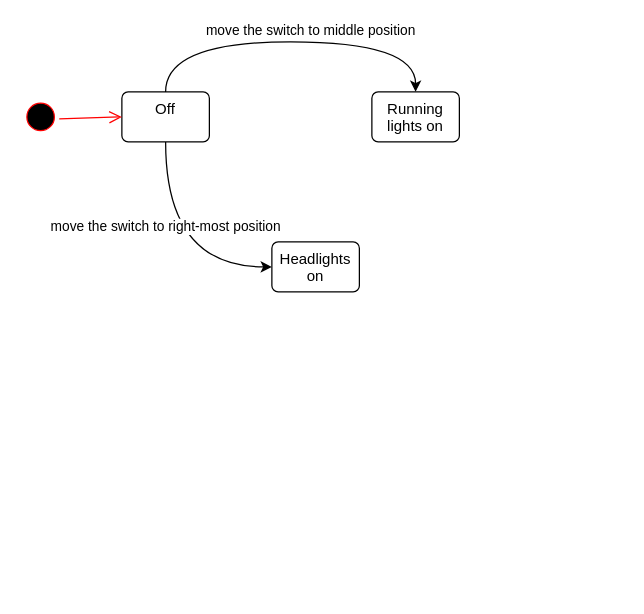
Before: page "Q2" (2 of 2) of SW Architect A4.drawio in sunggooni/SW_Architect, a draw.io diagram. Source tidied: cells renumbered, new cells numbered last; positions are measured from the earlier drawing's top-left corner, leaving out a move shared by most shapes. Both pictures are drawn from the tidied source at 125%, with x=0, y=0 at pixel (21, 41).
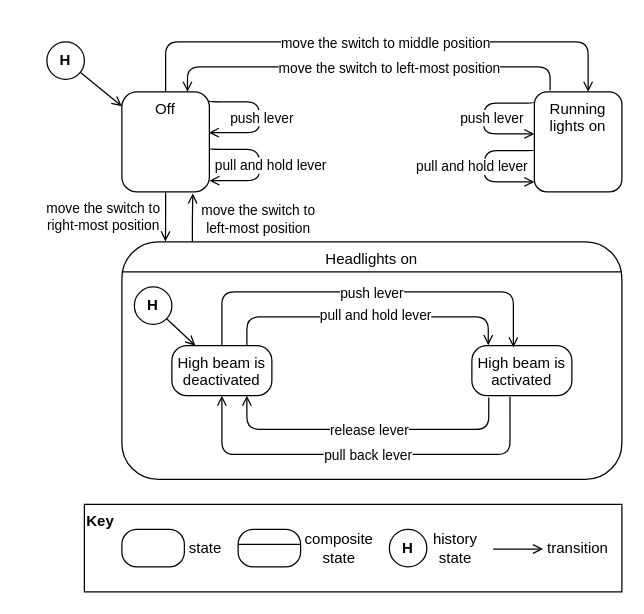
The same diagram, later.

What changed in the source:
```diff
@@
-    <mxCell id="2" style="edgeStyle=orthogonalEdgeStyle;jettySize=auto;html=1;curved=1;" parent="1" edge="1" source="6" target="10">
+    <mxCell id="2" style="edgeStyle=orthogonalEdgeStyle;jettySize=auto;html=1;endArrow=open;endFill=0;rounded=1;entryX=0.087;entryY=-0.002;entryDx=0;entryDy=0;entryPerimeter=0;" parent="1" edge="1" source="6" target="10">
       <mxGeometry relative="1" as="geometry">
         <Array as="points">
-          <mxPoint x="115" y="180" />
+          <mxPoint x="115" y="150" />
+          <mxPoint x="115" y="150" />
         </Array>
       </mxGeometry>
     </mxCell>
-    <mxCell id="3" value="move the switch to right-most position" style="edgeLabel;html=1;align=center;verticalAlign=middle;" parent="2" vertex="1">
-      <mxGeometry x="-0.28" y="-1" relative="1" as="geometry" />
+    <mxCell id="3" value="move the switch to &lt;br&gt;right-most position" style="edgeLabel;html=1;align=center;verticalAlign=middle;" parent="2" vertex="1">
+      <mxGeometry x="-0.28" y="-1" relative="1" as="geometry">
+        <mxPoint x="-50" y="5" as="offset" />
+      </mxGeometry>
     </mxCell>
-    <mxCell id="4" style="edgeStyle=orthogonalEdgeStyle;jettySize=auto;html=1;curved=1;" parent="1" edge="1" source="6" target="9">
+    <mxCell id="4" style="edgeStyle=orthogonalEdgeStyle;jettySize=auto;html=1;endArrow=open;endFill=0;rounded=1;" parent="1" edge="1" source="6" target="9">
       <mxGeometry relative="1" as="geometry">
         <Array as="points">
           <mxPoint x="115" />
-          <mxPoint x="315" />
+          <mxPoint x="453" />
         </Array>
       </mxGeometry>
     </mxCell>
     <mxCell id="5" value="move the switch to middle position" style="edgeLabel;html=1;align=center;verticalAlign=middle;" parent="4" vertex="1">
       <mxGeometry x="0.31" y="-2" relative="1" as="geometry">
-        <mxPoint x="-28" y="-12" as="offset" />
+        <mxPoint x="-59" y="-2" as="offset" />
       </mxGeometry>
     </mxCell>
-    <mxCell id="6" value="Off" style="html=1;align=center;verticalAlign=top;rounded=1;absoluteArcSize=1;arcSize=10;dashed=0;whiteSpace=wrap;" parent="1" vertex="1">
-      <mxGeometry x="80" y="40" width="70" height="40" as="geometry" />
+    <mxCell id="6" value="Off" style="html=1;align=center;verticalAlign=top;rounded=1;absoluteArcSize=1;arcSize=24;dashed=0;whiteSpace=wrap;glass=0;shadow=0;" parent="1" vertex="1">
+      <mxGeometry x="80" y="40" width="70" height="80" as="geometry" />
     </mxCell>
-    <mxCell id="7" style="ellipse;html=1;shape=startState;fillColor=#000000;strokeColor=#ff0000;" parent="1" vertex="1">
-      <mxGeometry y="45" width="30" height="30" as="geometry" />
-    </mxCell>
-    <mxCell id="8" style="html=1;verticalAlign=bottom;endArrow=open;endSize=8;strokeColor=#ff0000;rounded=0;" parent="1" edge="1" source="7" target="6">
-      <mxGeometry relative="1" as="geometry" />
-    </mxCell>
+    <mxCell id="11" style="edgeStyle=orthogonalEdgeStyle;jettySize=auto;html=1;entryX=0.75;entryY=0;entryDx=0;entryDy=0;exitX=0.18;exitY=-0.014;exitDx=0;exitDy=0;exitPerimeter=0;endArrow=open;endFill=0;rounded=1;" parent="1" edge="1" source="9" target="6">
+      <mxGeometry relative="1" as="geometry">
+        <Array as="points">
+          <mxPoint x="423" y="20" />
+          <mxPoint x="133" y="20" />
+        </Array>
+      </mxGeometry>
+    </mxCell>
+    <mxCell id="12" value="move the switch to left-most position" style="edgeLabel;html=1;align=center;verticalAlign=middle;" parent="11" vertex="1">
+      <mxGeometry x="0.3" relative="1" as="geometry">
+        <mxPoint x="66" as="offset" />
+      </mxGeometry>
+    </mxCell>
-    <mxCell id="9" value="Running lights on" style="html=1;align=center;verticalAlign=top;rounded=1;absoluteArcSize=1;arcSize=10;dashed=0;whiteSpace=wrap;" parent="1" vertex="1">
-      <mxGeometry x="280" y="40" width="70" height="40" as="geometry" />
+    <mxCell id="9" value="Running lights on" style="html=1;align=center;verticalAlign=top;rounded=1;absoluteArcSize=1;arcSize=20;dashed=0;whiteSpace=wrap;" parent="1" vertex="1">
+      <mxGeometry x="410" y="40" width="70" height="80" as="geometry" />
     </mxCell>
+    <mxCell id="13" style="edgeStyle=orthogonalEdgeStyle;jettySize=auto;html=1;entryX=0.811;entryY=1.015;entryDx=0;entryDy=0;entryPerimeter=0;endArrow=open;endFill=0;rounded=1;exitX=0.141;exitY=0.01;exitDx=0;exitDy=0;exitPerimeter=0;" parent="1" edge="1" source="10" target="6">
+      <mxGeometry relative="1" as="geometry" />
+    </mxCell>
+    <mxCell id="14" value="move the switch to &lt;br&gt;left-most position" style="edgeLabel;html=1;align=center;verticalAlign=middle;" parent="13" vertex="1">
+      <mxGeometry x="0.67" relative="1" as="geometry">
+        <mxPoint x="52" y="13" as="offset" />
+      </mxGeometry>
+    </mxCell>
+    <mxCell id="15" style="rounded=0;jettySize=auto;html=1;endArrow=open;endFill=0;" parent="1" edge="1" source="16" target="6">
+      <mxGeometry relative="1" as="geometry" />
+    </mxCell>
+    <mxCell id="16" value="H" style="shape=ellipse;html=1;dashed=0;whiteSpace=wrap;perimeter=ellipsePerimeter;fontStyle=1;" parent="1" vertex="1">
+      <mxGeometry x="20" width="30" height="30" as="geometry" />
+    </mxCell>
-    <mxCell id="10" value="Headlights on" style="html=1;align=center;verticalAlign=top;rounded=1;absoluteArcSize=1;arcSize=10;dashed=0;whiteSpace=wrap;" parent="1" vertex="1">
-      <mxGeometry x="200" y="160" width="70" height="40" as="geometry" />
+    <mxCell id="10" value="Headlights on" style="html=1;align=center;verticalAlign=top;rounded=1;absoluteArcSize=1;arcSize=58;dashed=0;whiteSpace=wrap;glass=0;shadow=0;perimeterSpacing=0;" parent="1" vertex="1">
+      <mxGeometry x="80" y="160" width="400" height="190" as="geometry" />
     </mxCell>
+    <mxCell id="17" style="line;strokeWidth=1;fillColor=none;align=left;verticalAlign=middle;spacingTop=-1;spacingLeft=3;spacingRight=3;labelPosition=right;strokeColor=inherit;" parent="1" vertex="1">
+      <mxGeometry x="80" y="180" width="400" height="8" as="geometry" />
+    </mxCell>
+    <mxCell id="18" value="High beam is deactivated" style="html=1;align=center;verticalAlign=top;rounded=1;absoluteArcSize=1;arcSize=24;dashed=0;whiteSpace=wrap;glass=0;shadow=0;" parent="1" vertex="1">
+      <mxGeometry x="120" y="243" width="80" height="40" as="geometry" />
+    </mxCell>
+    <mxCell id="19" value="High beam is activated" style="html=1;align=center;verticalAlign=top;rounded=1;absoluteArcSize=1;arcSize=24;dashed=0;whiteSpace=wrap;glass=0;shadow=0;" parent="1" vertex="1">
+      <mxGeometry x="360" y="243" width="80" height="40" as="geometry" />
+    </mxCell>
+    <mxCell id="20" value="H" style="shape=ellipse;html=1;dashed=0;whiteSpace=wrap;perimeter=ellipsePerimeter;fontStyle=1;" parent="1" vertex="1">
+      <mxGeometry x="90" y="196" width="30" height="30" as="geometry" />
+    </mxCell>
+    <mxCell id="21" style="rounded=0;jettySize=auto;html=1;endArrow=open;endFill=0;" parent="1" edge="1" source="20" target="18">
+      <mxGeometry relative="1" as="geometry" />
+    </mxCell>
+    <mxCell id="22" style="edgeStyle=orthogonalEdgeStyle;jettySize=auto;html=1;endArrow=open;endFill=0;rounded=1;entryX=0.415;entryY=0.037;entryDx=0;entryDy=0;entryPerimeter=0;exitX=0.5;exitY=0;exitDx=0;exitDy=0;" parent="1" edge="1" source="18" target="19">
+      <mxGeometry relative="1" as="geometry">
+        <Array as="points">
+          <mxPoint x="160" y="200" />
+          <mxPoint x="393" y="200" />
+        </Array>
+      </mxGeometry>
+    </mxCell>
+    <mxCell id="23" value="push lever" style="edgeLabel;html=1;align=center;verticalAlign=middle;" parent="22" vertex="1">
+      <mxGeometry x="0.31" y="-2" relative="1" as="geometry">
+        <mxPoint x="-48" y="-2" as="offset" />
+      </mxGeometry>
+    </mxCell>
+    <mxCell id="24" style="edgeStyle=orthogonalEdgeStyle;jettySize=auto;html=1;endArrow=open;endFill=0;rounded=1;entryX=0.5;entryY=1;entryDx=0;entryDy=0;exitX=0.381;exitY=1.02;exitDx=0;exitDy=0;exitPerimeter=0;" parent="1" edge="1" source="19" target="18">
+      <mxGeometry relative="1" as="geometry">
+        <Array as="points">
+          <mxPoint x="391" y="330" />
+          <mxPoint x="160" y="330" />
+        </Array>
+      </mxGeometry>
+    </mxCell>
+    <mxCell id="25" value="pull back lever" style="edgeLabel;html=1;align=center;verticalAlign=middle;" parent="24" vertex="1">
+      <mxGeometry x="0.31" y="-2" relative="1" as="geometry">
+        <mxPoint x="52" y="2" as="offset" />
+      </mxGeometry>
+    </mxCell>
+    <mxCell id="26" style="edgeStyle=orthogonalEdgeStyle;jettySize=auto;html=1;endArrow=open;endFill=0;rounded=1;entryX=0.164;entryY=-0.009;entryDx=0;entryDy=0;entryPerimeter=0;exitX=0.75;exitY=0;exitDx=0;exitDy=0;" parent="1" edge="1" source="18" target="19">
+      <mxGeometry relative="1" as="geometry">
+        <Array as="points">
+          <mxPoint x="180" y="220" />
+          <mxPoint x="373" y="220" />
+        </Array>
+      </mxGeometry>
+    </mxCell>
+    <mxCell id="27" value="pull and hold lever" style="edgeLabel;html=1;align=center;verticalAlign=middle;" parent="26" vertex="1">
+      <mxGeometry x="0.31" y="-2" relative="1" as="geometry">
+        <mxPoint x="-31" y="-4" as="offset" />
+      </mxGeometry>
+    </mxCell>
+    <mxCell id="28" style="edgeStyle=orthogonalEdgeStyle;jettySize=auto;html=1;endArrow=open;endFill=0;rounded=1;entryX=0.75;entryY=1;entryDx=0;entryDy=0;exitX=0.169;exitY=1.037;exitDx=0;exitDy=0;exitPerimeter=0;" parent="1" edge="1" source="19" target="18">
+      <mxGeometry relative="1" as="geometry">
+        <Array as="points">
+          <mxPoint x="373" y="310" />
+          <mxPoint x="180" y="310" />
+        </Array>
+      </mxGeometry>
+    </mxCell>
+    <mxCell id="29" value="release lever" style="edgeLabel;html=1;align=center;verticalAlign=middle;" parent="28" vertex="1">
+      <mxGeometry x="0.31" y="-2" relative="1" as="geometry">
+        <mxPoint x="39" y="2" as="offset" />
+      </mxGeometry>
+    </mxCell>
+    <mxCell id="30" style="edgeStyle=orthogonalEdgeStyle;orthogonalLoop=1;jettySize=auto;html=1;endArrow=open;endFill=0;rounded=1;entryX=0.993;entryY=0.445;entryDx=0;entryDy=0;entryPerimeter=0;" parent="1" edge="1">
+      <mxGeometry relative="1" as="geometry">
+        <mxPoint x="150" y="47" as="sourcePoint" />
+        <mxPoint x="149.5" y="72.6" as="targetPoint" />
+        <Array as="points">
+          <mxPoint x="190" y="48" />
+          <mxPoint x="190" y="73" />
+        </Array>
+      </mxGeometry>
+    </mxCell>
+    <mxCell id="31" value="push lever" style="edgeLabel;html=1;align=center;verticalAlign=middle;" parent="30" vertex="1">
+      <mxGeometry x="0.31" y="-2" relative="1" as="geometry">
+        <mxPoint x="5" y="-10" as="offset" />
+      </mxGeometry>
+    </mxCell>
+    <mxCell id="32" style="edgeStyle=orthogonalEdgeStyle;orthogonalLoop=1;jettySize=auto;html=1;endArrow=open;endFill=0;rounded=1;entryX=0.993;entryY=0.445;entryDx=0;entryDy=0;entryPerimeter=0;" parent="1" edge="1">
+      <mxGeometry relative="1" as="geometry">
+        <mxPoint x="150" y="85" as="sourcePoint" />
+        <mxPoint x="150" y="111" as="targetPoint" />
+        <Array as="points">
+          <mxPoint x="190" y="86" />
+          <mxPoint x="190" y="111" />
+        </Array>
+      </mxGeometry>
+    </mxCell>
+    <mxCell id="33" value="pull and hold lever" style="edgeLabel;html=1;align=center;verticalAlign=middle;" parent="32" vertex="1">
+      <mxGeometry x="0.31" y="-2" relative="1" as="geometry">
+        <mxPoint x="11" y="-11" as="offset" />
+      </mxGeometry>
+    </mxCell>
+    <mxCell id="34" style="edgeStyle=orthogonalEdgeStyle;orthogonalLoop=1;jettySize=auto;html=1;endArrow=open;endFill=0;rounded=1;entryX=0.993;entryY=0.445;entryDx=0;entryDy=0;entryPerimeter=0;" parent="1" edge="1">
+      <mxGeometry relative="1" as="geometry">
+        <mxPoint x="409.5" y="48" as="sourcePoint" />
+        <mxPoint x="410" y="73.6" as="targetPoint" />
+        <Array as="points">
+          <mxPoint x="369.5" y="49" />
+          <mxPoint x="369.5" y="74" />
+        </Array>
+      </mxGeometry>
+    </mxCell>
+    <mxCell id="35" value="push lever" style="edgeLabel;html=1;align=center;verticalAlign=middle;" parent="34" vertex="1">
+      <mxGeometry x="0.31" y="-2" relative="1" as="geometry">
+        <mxPoint x="3" y="-15" as="offset" />
+      </mxGeometry>
+    </mxCell>
+    <mxCell id="36" style="edgeStyle=orthogonalEdgeStyle;orthogonalLoop=1;jettySize=auto;html=1;endArrow=open;endFill=0;rounded=1;entryX=0.993;entryY=0.445;entryDx=0;entryDy=0;entryPerimeter=0;" parent="1" edge="1">
+      <mxGeometry relative="1" as="geometry">
+        <mxPoint x="410" y="86" as="sourcePoint" />
+        <mxPoint x="410" y="112" as="targetPoint" />
+        <Array as="points">
+          <mxPoint x="370" y="87" />
+          <mxPoint x="370" y="112" />
+        </Array>
+      </mxGeometry>
+    </mxCell>
+    <mxCell id="37" value="pull and hold lever" style="edgeLabel;html=1;align=center;verticalAlign=middle;" parent="36" vertex="1">
+      <mxGeometry x="0.31" y="-2" relative="1" as="geometry">
+        <mxPoint x="-14" y="-15" as="offset" />
+      </mxGeometry>
+    </mxCell>
+    <mxCell id="38" value="&lt;b class=&quot;fr-fix-a7ee12a5&quot;&gt;Key&lt;/b&gt;" style="rounded=0;whiteSpace=wrap;html=1;align=left;verticalAlign=top;" parent="1" vertex="1">
+      <mxGeometry x="50" y="370" width="430" height="70" as="geometry" />
+    </mxCell>
+    <mxCell id="39" style="html=1;align=center;verticalAlign=top;rounded=1;absoluteArcSize=1;arcSize=24;dashed=0;whiteSpace=wrap;glass=0;shadow=0;" parent="1" vertex="1">
+      <mxGeometry x="80" y="390" width="50" height="30" as="geometry" />
+    </mxCell>
+    <mxCell id="40" value="state" style="text;html=1;strokeColor=none;fillColor=none;align=center;verticalAlign=middle;whiteSpace=wrap;rounded=0;" parent="1" vertex="1">
+      <mxGeometry x="128" y="390" width="38" height="30" as="geometry" />
+    </mxCell>
+    <mxCell id="41" style="html=1;align=center;verticalAlign=top;rounded=1;absoluteArcSize=1;arcSize=24;dashed=0;whiteSpace=wrap;glass=0;shadow=0;" parent="1" vertex="1">
+      <mxGeometry x="173" y="390" width="50" height="30" as="geometry" />
+    </mxCell>
+    <mxCell id="42" value="composite&lt;br&gt;state" style="text;html=1;strokeColor=none;fillColor=none;align=center;verticalAlign=middle;whiteSpace=wrap;rounded=0;" parent="1" vertex="1">
+      <mxGeometry x="235" y="390" width="38" height="30" as="geometry" />
+    </mxCell>
+    <mxCell id="43" style="line;strokeWidth=1;fillColor=none;align=left;verticalAlign=middle;spacingTop=-1;spacingLeft=3;spacingRight=3;labelPosition=right;strokeColor=inherit;" parent="1" vertex="1">
+      <mxGeometry x="173" y="398" width="50" height="8" as="geometry" />
+    </mxCell>
+    <mxCell id="44" style="rounded=0;orthogonalLoop=1;jettySize=auto;html=1;endArrow=open;endFill=0;" parent="1" edge="1">
+      <mxGeometry relative="1" as="geometry">
+        <mxPoint x="377" y="405.7" as="sourcePoint" />
+        <mxPoint x="417" y="405.7" as="targetPoint" />
+      </mxGeometry>
+    </mxCell>
+    <mxCell id="45" value="H" style="shape=ellipse;html=1;dashed=0;whiteSpace=wrap;perimeter=ellipsePerimeter;fontStyle=1;" parent="1" vertex="1">
+      <mxGeometry x="294" y="390" width="30" height="30" as="geometry" />
+    </mxCell>
+    <mxCell id="46" value="history&lt;br&gt;state" style="text;html=1;strokeColor=none;fillColor=none;align=center;verticalAlign=middle;whiteSpace=wrap;rounded=0;" parent="1" vertex="1">
+      <mxGeometry x="328" y="390" width="38" height="30" as="geometry" />
+    </mxCell>
+    <mxCell id="47" value="transition" style="text;html=1;strokeColor=none;fillColor=none;align=center;verticalAlign=middle;whiteSpace=wrap;rounded=0;" parent="1" vertex="1">
+      <mxGeometry x="426" y="390" width="38" height="30" as="geometry" />
+    </mxCell>
```
